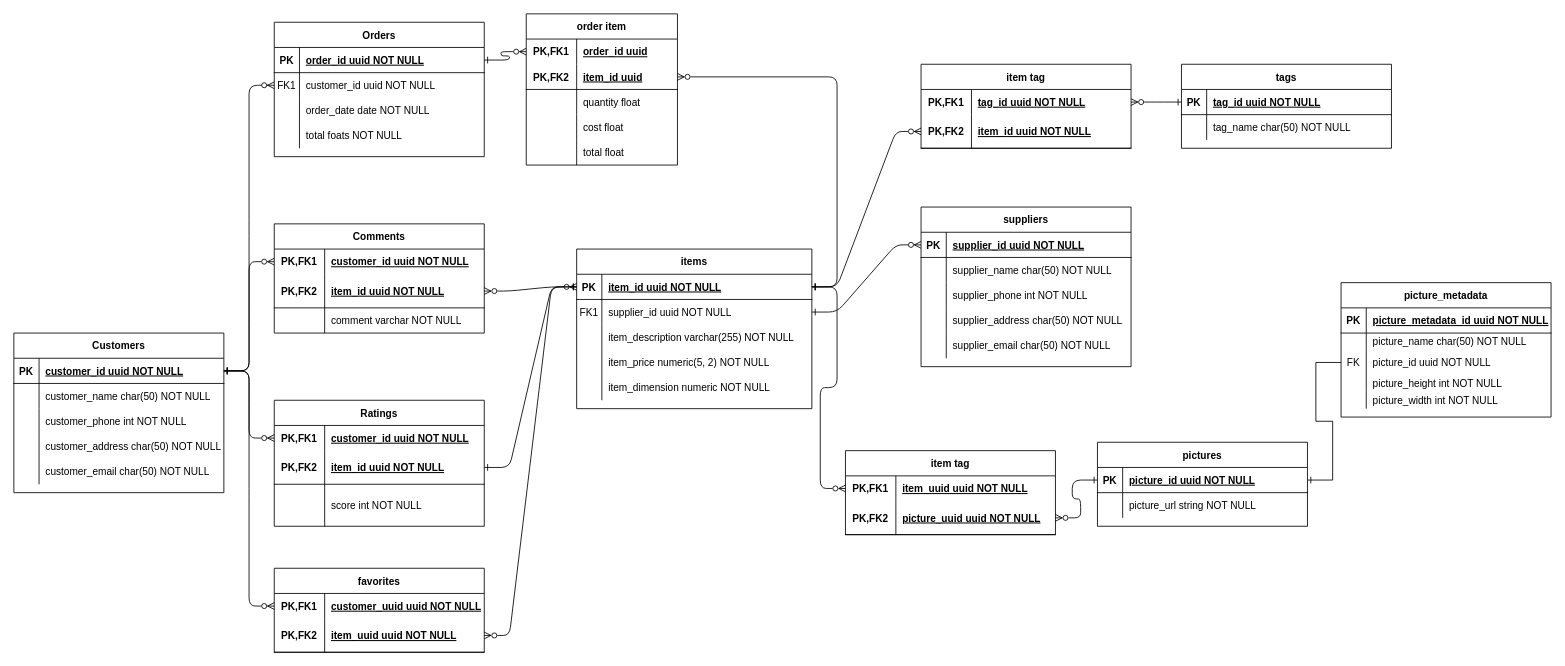
chingu-voyages/v42-bears-team-35 keeps this draw.io diagram as server/src/db/design.drawio. Above is the earlier version. Source tidied: cells renumbered, new cells numbered last; positions are measured from the earlier drawing's top-left corner, leaving out a move shared by most shapes. Both pictures are drawn from the tidied source at 84%, with x=0, y=0 at pixel (13, 13).
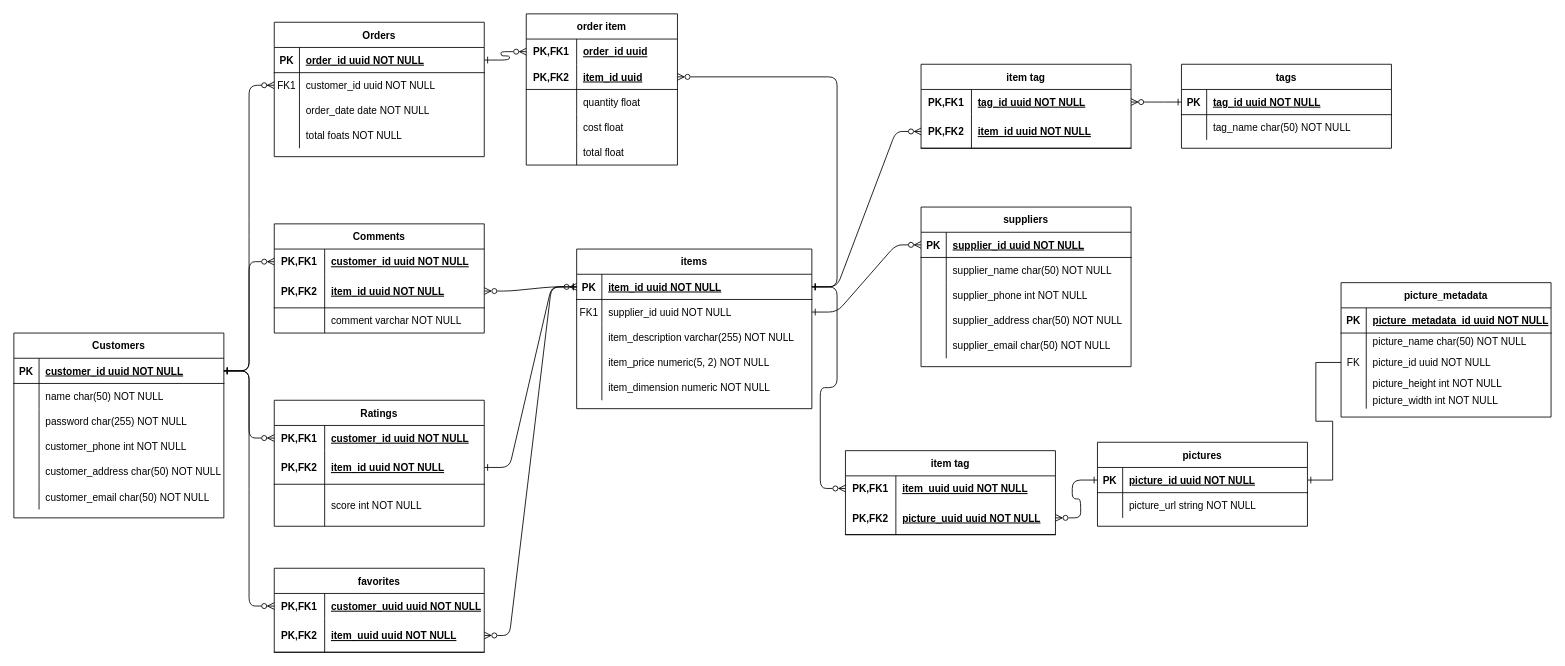
After the change.

Commit message (it also covers changes not shown here):
Added cutomer's password to the design and changed the uuid field for id field with type uuid

The change refers to these unchanged cells:
```xml
<mxCell id="20" style="shape=partialRectangle;fillColor=none;top=0;left=0;right=0;bottom=0;" parent="16" vertex="1">
  <mxGeometry y="60" width="250" height="30" as="geometry" />
</mxCell>
```

What changed in the source:
```diff
@@
     <mxCell id="16" value="Customers" style="shape=table;startSize=30;childLayout=tableLayout;rowLines=0;fontStyle=1;align=center;" parent="1" vertex="1">
-      <mxGeometry y="380" width="250" height="190" as="geometry" />
+      <mxGeometry y="380" width="250" height="220" as="geometry" />
     </mxCell>
@@
-    <mxCell id="22" value="customer_name char(50) NOT NULL" style="shape=partialRectangle;overflow=hidden;fillColor=none;top=0;left=0;bottom=0;right=0;align=left;spacingLeft=6;" parent="20" vertex="1">
+    <mxCell id="22" value="name char(50) NOT NULL" style="shape=partialRectangle;overflow=hidden;fillColor=none;top=0;left=0;bottom=0;right=0;align=left;spacingLeft=6;" parent="20" vertex="1">
       <mxGeometry x="30" width="220" height="30" as="geometry" />
     </mxCell>
+    <mxCell id="165" style="shape=partialRectangle;fillColor=none;top=0;left=0;bottom=0;right=0;" parent="16" vertex="1">
+      <mxGeometry y="90" width="250" height="30" as="geometry" />
+    </mxCell>
+    <mxCell id="166" style="shape=partialRectangle;fillColor=none;top=0;left=0;bottom=0;right=0;overflow=hidden;" parent="165" vertex="1">
+      <mxGeometry width="30" height="30" as="geometry" />
+    </mxCell>
+    <mxCell id="167" value="password char(255) NOT NULL" style="shape=partialRectangle;fillColor=none;top=0;left=0;bottom=0;right=0;align=left;spacingLeft=6;overflow=hidden;" parent="165" vertex="1">
+      <mxGeometry x="30" width="220" height="30" as="geometry" />
+    </mxCell>
     <mxCell id="23" style="shape=partialRectangle;fillColor=none;top=0;left=0;right=0;bottom=0;" parent="16" vertex="1">
-      <mxGeometry y="90" width="250" height="30" as="geometry" />
+      <mxGeometry y="120" width="250" height="30" as="geometry" />
     </mxCell>
@@
     <mxCell id="26" style="shape=partialRectangle;fillColor=none;top=0;left=0;right=0;bottom=0;" parent="16" vertex="1">
-      <mxGeometry y="120" width="250" height="30" as="geometry" />
+      <mxGeometry y="150" width="250" height="30" as="geometry" />
     </mxCell>
@@
     <mxCell id="29" style="shape=partialRectangle;fillColor=none;top=0;left=0;right=0;bottom=0;" parent="16" vertex="1">
-      <mxGeometry y="150" width="250" height="30" as="geometry" />
+      <mxGeometry y="180" width="250" height="30" as="geometry" />
     </mxCell>
```
